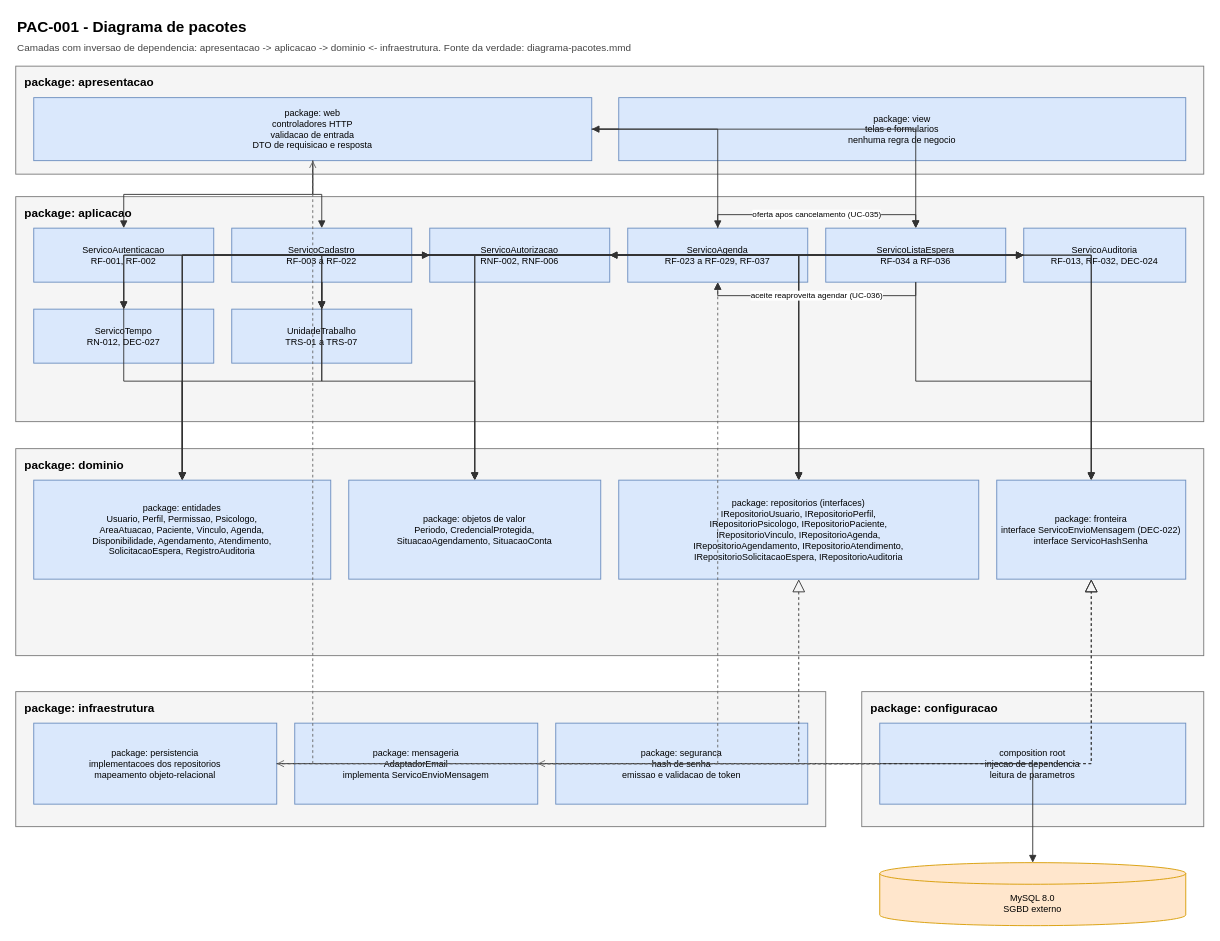
taiyo4/MOO-AV3 keeps this draw.io diagram as 03-uml/Pacotes/diagrama-pacotes.drawio.xml. Above is the earlier version. Source tidied: cells renumbered, new cells numbered last; positions are measured from the earlier drawing's top-left corner, leaving out a move shared by most shapes. Both pictures are drawn from the tidied source at 90%, with x=0, y=0 at pixel (15, 15).
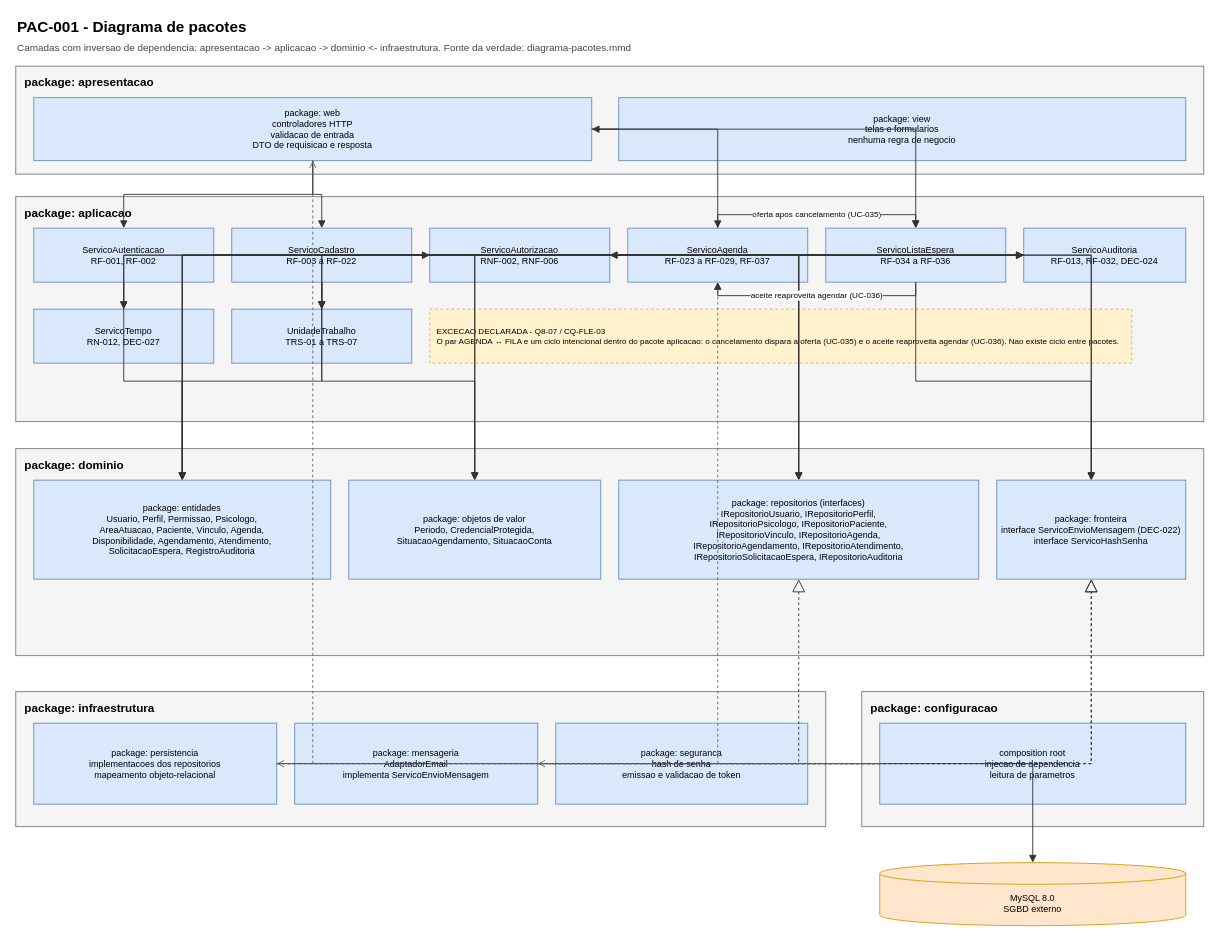
After the change.

What changed in the source:
```diff
@@
+    <mxCell id="70" value="EXCECAO DECLARADA - Q8-07 / CQ-FLE-03&lt;br&gt;O par AGENDA ↔ FILA e um ciclo intencional dentro do pacote aplicacao: o cancelamento dispara a oferta (UC-035) e o aceite reaproveita agendar (UC-036). Nao existe ciclo entre pacotes." style="rounded=0;whiteSpace=wrap;html=1;fillColor=#fff2cc;strokeColor=#d6b656;dashed=1;fontSize=9;align=left;verticalAlign=middle;spacingLeft=6;spacingRight=6;" parent="1" vertex="1">
+      <mxGeometry x="460" y="326" width="780" height="60" as="geometry" />
+    </mxCell>
```
